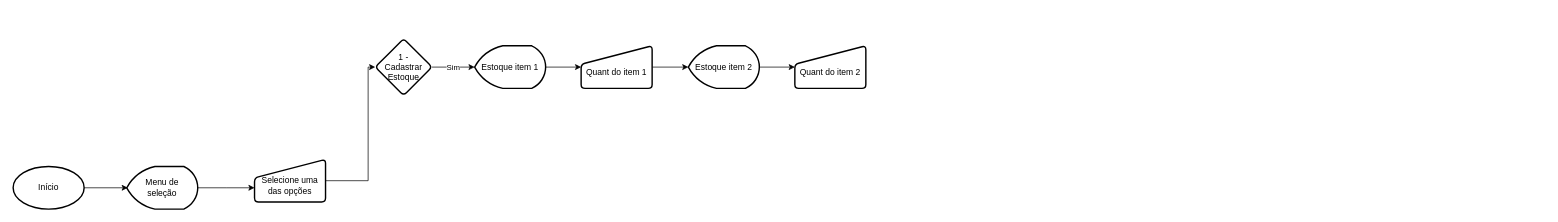
This is Diagrama sem nome.drawio from GabiHGitimayer/Projeto-Padaria, a draw.io file, before an edit. Source tidied: cells renumbered, new cells numbered last; positions are measured from the earlier drawing's top-left corner, leaving out a move shared by most shapes. Both pictures are drawn from the tidied source at 71%, with x=0, y=0 at pixel (13, 38).
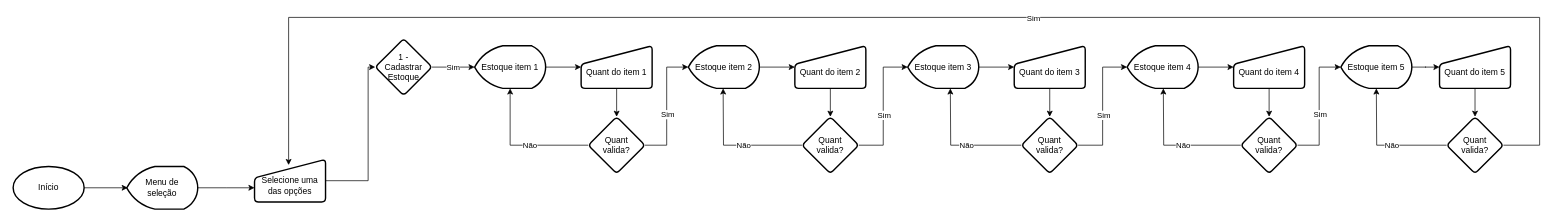
After the change.

The change refers to these unchanged cells:
```xml
<mxCell id="7" value="&lt;br&gt;Selecione uma das opções" style="html=1;strokeWidth=2;shape=manualInput;whiteSpace=wrap;rounded=1;size=26;arcSize=11;" parent="1" vertex="1">
  <mxGeometry x="340" y="170" width="100" height="60" as="geometry" />
</mxCell>
<mxCell id="11" value="Estoque item 1" style="strokeWidth=2;html=1;shape=mxgraph.flowchart.display;whiteSpace=wrap;" parent="1" vertex="1">
  <mxGeometry x="650" y="10" width="100" height="60" as="geometry" />
</mxCell>
<mxCell id="13" value="&lt;br&gt;Quant do item 1" style="html=1;strokeWidth=2;shape=manualInput;whiteSpace=wrap;rounded=1;size=26;arcSize=11;" parent="1" vertex="1">
  <mxGeometry x="800" y="10" width="100" height="60" as="geometry" />
</mxCell>
<mxCell id="15" value="Estoque item 2" style="strokeWidth=2;html=1;shape=mxgraph.flowchart.display;whiteSpace=wrap;" parent="1" vertex="1">
  <mxGeometry x="951" y="10" width="100" height="60" as="geometry" />
</mxCell>
<mxCell id="16" value="&lt;br&gt;Quant do item 2" style="html=1;strokeWidth=2;shape=manualInput;whiteSpace=wrap;rounded=1;size=26;arcSize=11;" parent="1" vertex="1">
  <mxGeometry x="1101" y="10" width="100" height="60" as="geometry" />
</mxCell>
```

Change to the diagram source:
```diff
@@
-    <mxCell id="12" style="edgeStyle=orthogonalEdgeStyle;rounded=0;jettySize=auto;html=1;" parent="1" edge="1" source="13" target="15">
-      <mxGeometry relative="1" as="geometry" />
-    </mxCell>
+    <mxCell id="17" style="edgeStyle=orthogonalEdgeStyle;rounded=0;jettySize=auto;html=1;" parent="1" edge="1" source="13" target="35">
+      <mxGeometry relative="1" as="geometry" />
+    </mxCell>
@@
+    <mxCell id="18" style="edgeStyle=orthogonalEdgeStyle;rounded=0;jettySize=auto;html=1;" parent="1" edge="1" source="16" target="40">
+      <mxGeometry relative="1" as="geometry" />
+    </mxCell>
@@
+    <mxCell id="19" style="edgeStyle=orthogonalEdgeStyle;rounded=0;jettySize=auto;html=1;" parent="1" edge="1" source="20" target="22">
+      <mxGeometry relative="1" as="geometry" />
+    </mxCell>
+    <mxCell id="20" value="Estoque item 3" style="strokeWidth=2;html=1;shape=mxgraph.flowchart.display;whiteSpace=wrap;" parent="1" vertex="1">
+      <mxGeometry x="1260" y="10" width="100" height="60" as="geometry" />
+    </mxCell>
+    <mxCell id="21" style="edgeStyle=orthogonalEdgeStyle;rounded=0;jettySize=auto;html=1;entryX=0.5;entryY=0;entryDx=0;entryDy=0;" parent="1" edge="1" source="22" target="45">
+      <mxGeometry relative="1" as="geometry" />
+    </mxCell>
+    <mxCell id="22" value="&lt;br&gt;Quant do item 3" style="html=1;strokeWidth=2;shape=manualInput;whiteSpace=wrap;rounded=1;size=26;arcSize=11;" parent="1" vertex="1">
+      <mxGeometry x="1410" y="10" width="100" height="60" as="geometry" />
+    </mxCell>
+    <mxCell id="23" style="edgeStyle=orthogonalEdgeStyle;rounded=0;jettySize=auto;html=1;" parent="1" edge="1" source="24" target="26">
+      <mxGeometry relative="1" as="geometry" />
+    </mxCell>
+    <mxCell id="24" value="Estoque item 4" style="strokeWidth=2;html=1;shape=mxgraph.flowchart.display;whiteSpace=wrap;" parent="1" vertex="1">
+      <mxGeometry x="1569" y="10" width="100" height="60" as="geometry" />
+    </mxCell>
+    <mxCell id="25" style="edgeStyle=orthogonalEdgeStyle;rounded=0;jettySize=auto;html=1;" parent="1" edge="1" source="26" target="50">
+      <mxGeometry relative="1" as="geometry" />
+    </mxCell>
+    <mxCell id="26" value="&lt;br&gt;Quant do item 4" style="html=1;strokeWidth=2;shape=manualInput;whiteSpace=wrap;rounded=1;size=26;arcSize=11;" parent="1" vertex="1">
+      <mxGeometry x="1719" y="10" width="100" height="60" as="geometry" />
+    </mxCell>
+    <mxCell id="27" style="edgeStyle=orthogonalEdgeStyle;rounded=0;jettySize=auto;html=1;" parent="1" edge="1" source="28" target="30">
+      <mxGeometry relative="1" as="geometry" />
+    </mxCell>
+    <mxCell id="28" value="Estoque item 5" style="strokeWidth=2;html=1;shape=mxgraph.flowchart.display;whiteSpace=wrap;" parent="1" vertex="1">
+      <mxGeometry x="1870" y="10" width="100" height="60" as="geometry" />
+    </mxCell>
+    <mxCell id="29" style="edgeStyle=orthogonalEdgeStyle;rounded=0;jettySize=auto;html=1;entryX=0.5;entryY=0;entryDx=0;entryDy=0;" parent="1" edge="1" source="30" target="55">
+      <mxGeometry relative="1" as="geometry" />
+    </mxCell>
+    <mxCell id="30" value="&lt;br&gt;Quant do item 5" style="html=1;strokeWidth=2;shape=manualInput;whiteSpace=wrap;rounded=1;size=26;arcSize=11;" parent="1" vertex="1">
+      <mxGeometry x="2009" y="10" width="100" height="60" as="geometry" />
+    </mxCell>
+    <mxCell id="31" style="edgeStyle=orthogonalEdgeStyle;rounded=0;jettySize=auto;html=1;entryX=0;entryY=0.5;entryDx=0;entryDy=0;entryPerimeter=0;" parent="1" edge="1" source="35" target="15">
+      <mxGeometry relative="1" as="geometry" />
+    </mxCell>
+    <mxCell id="32" value="Sim" style="edgeLabel;html=1;align=center;verticalAlign=middle;" parent="31" vertex="1">
+      <mxGeometry x="-0.14" relative="1" as="geometry">
+        <mxPoint x="1" as="offset" />
+      </mxGeometry>
+    </mxCell>
+    <mxCell id="33" style="edgeStyle=orthogonalEdgeStyle;rounded=0;jettySize=auto;html=1;" parent="1" edge="1" source="35" target="11">
+      <mxGeometry relative="1" as="geometry" />
+    </mxCell>
+    <mxCell id="34" value="Não" style="edgeLabel;html=1;align=center;verticalAlign=middle;" parent="33" vertex="1">
+      <mxGeometry x="-0.13" y="-1" relative="1" as="geometry" />
+    </mxCell>
+    <mxCell id="35" value="Quant&lt;br&gt;valida?" style="rhombus;whiteSpace=wrap;html=1;strokeWidth=2;rounded=1;arcSize=11;" parent="1" vertex="1">
+      <mxGeometry x="810" y="110" width="80" height="80" as="geometry" />
+    </mxCell>
+    <mxCell id="36" style="edgeStyle=orthogonalEdgeStyle;rounded=0;jettySize=auto;html=1;entryX=0;entryY=0.5;entryDx=0;entryDy=0;entryPerimeter=0;" parent="1" edge="1" source="40" target="20">
+      <mxGeometry relative="1" as="geometry" />
+    </mxCell>
+    <mxCell id="37" value="Sim" style="edgeLabel;html=1;align=center;verticalAlign=middle;" parent="36" vertex="1">
+      <mxGeometry x="-0.14" relative="1" as="geometry">
+        <mxPoint x="1" as="offset" />
+      </mxGeometry>
+    </mxCell>
+    <mxCell id="38" style="edgeStyle=orthogonalEdgeStyle;rounded=0;jettySize=auto;html=1;" parent="1" edge="1" source="40">
+      <mxGeometry relative="1" as="geometry">
+        <mxPoint x="1000" y="70" as="targetPoint" />
+      </mxGeometry>
+    </mxCell>
+    <mxCell id="39" value="Não" style="edgeLabel;html=1;align=center;verticalAlign=middle;" parent="38" vertex="1">
+      <mxGeometry x="-0.13" y="-1" relative="1" as="geometry" />
+    </mxCell>
+    <mxCell id="40" value="Quant&lt;br&gt;valida?" style="rhombus;whiteSpace=wrap;html=1;strokeWidth=2;rounded=1;arcSize=11;" parent="1" vertex="1">
+      <mxGeometry x="1111" y="110" width="80" height="80" as="geometry" />
+    </mxCell>
+    <mxCell id="41" style="edgeStyle=orthogonalEdgeStyle;rounded=0;jettySize=auto;html=1;entryX=0;entryY=0.5;entryDx=0;entryDy=0;entryPerimeter=0;" parent="1" edge="1" source="45" target="24">
+      <mxGeometry relative="1" as="geometry" />
+    </mxCell>
+    <mxCell id="42" value="Sim" style="edgeLabel;html=1;align=center;verticalAlign=middle;" parent="41" vertex="1">
+      <mxGeometry x="-0.14" relative="1" as="geometry">
+        <mxPoint x="1" as="offset" />
+      </mxGeometry>
+    </mxCell>
+    <mxCell id="43" style="edgeStyle=orthogonalEdgeStyle;rounded=0;jettySize=auto;html=1;" parent="1" edge="1" source="45">
+      <mxGeometry relative="1" as="geometry">
+        <mxPoint x="1320" y="70" as="targetPoint" />
+      </mxGeometry>
+    </mxCell>
+    <mxCell id="44" value="Não" style="edgeLabel;html=1;align=center;verticalAlign=middle;" parent="43" vertex="1">
+      <mxGeometry x="-0.13" y="-1" relative="1" as="geometry" />
+    </mxCell>
+    <mxCell id="45" value="Quant&lt;br&gt;valida?" style="rhombus;whiteSpace=wrap;html=1;strokeWidth=2;rounded=1;arcSize=11;" parent="1" vertex="1">
+      <mxGeometry x="1420" y="110" width="80" height="80" as="geometry" />
+    </mxCell>
+    <mxCell id="46" style="edgeStyle=orthogonalEdgeStyle;rounded=0;jettySize=auto;html=1;entryX=0;entryY=0.5;entryDx=0;entryDy=0;entryPerimeter=0;" parent="1" edge="1" source="50" target="28">
+      <mxGeometry relative="1" as="geometry" />
+    </mxCell>
+    <mxCell id="47" value="Sim" style="edgeLabel;html=1;align=center;verticalAlign=middle;" parent="46" vertex="1">
+      <mxGeometry x="-0.14" relative="1" as="geometry">
+        <mxPoint x="1" as="offset" />
+      </mxGeometry>
+    </mxCell>
+    <mxCell id="48" style="edgeStyle=orthogonalEdgeStyle;rounded=0;jettySize=auto;html=1;" parent="1" edge="1" source="50">
+      <mxGeometry relative="1" as="geometry">
+        <mxPoint x="1620" y="70" as="targetPoint" />
+      </mxGeometry>
+    </mxCell>
+    <mxCell id="49" value="Não" style="edgeLabel;html=1;align=center;verticalAlign=middle;" parent="48" vertex="1">
+      <mxGeometry x="-0.13" y="-1" relative="1" as="geometry" />
+    </mxCell>
+    <mxCell id="50" value="Quant&lt;br&gt;valida?" style="rhombus;whiteSpace=wrap;html=1;strokeWidth=2;rounded=1;arcSize=11;" parent="1" vertex="1">
+      <mxGeometry x="1729" y="110" width="80" height="80" as="geometry" />
+    </mxCell>
+    <mxCell id="51" style="edgeStyle=orthogonalEdgeStyle;rounded=0;jettySize=auto;html=1;entryX=0.48;entryY=0.133;entryDx=0;entryDy=0;entryPerimeter=0;" parent="1" edge="1" source="55" target="7">
+      <mxGeometry relative="1" as="geometry">
+        <Array as="points">
+          <mxPoint x="2150" y="150" />
+          <mxPoint x="2150" y="-30" />
+          <mxPoint x="388" y="-30" />
+        </Array>
+      </mxGeometry>
+    </mxCell>
+    <mxCell id="52" value="Sim" style="edgeLabel;html=1;align=center;verticalAlign=middle;" parent="51" vertex="1">
+      <mxGeometry x="-0.14" relative="1" as="geometry">
+        <mxPoint x="1" as="offset" />
+      </mxGeometry>
+    </mxCell>
+    <mxCell id="53" style="edgeStyle=orthogonalEdgeStyle;rounded=0;jettySize=auto;html=1;" parent="1" edge="1" source="55">
+      <mxGeometry relative="1" as="geometry">
+        <mxPoint x="1920" y="70" as="targetPoint" />
+      </mxGeometry>
+    </mxCell>
+    <mxCell id="54" value="Não" style="edgeLabel;html=1;align=center;verticalAlign=middle;" parent="53" vertex="1">
+      <mxGeometry x="-0.13" y="-1" relative="1" as="geometry" />
+    </mxCell>
+    <mxCell id="55" value="Quant&lt;br&gt;valida?" style="rhombus;whiteSpace=wrap;html=1;strokeWidth=2;rounded=1;arcSize=11;" parent="1" vertex="1">
+      <mxGeometry x="2019" y="110" width="80" height="80" as="geometry" />
+    </mxCell>
```
